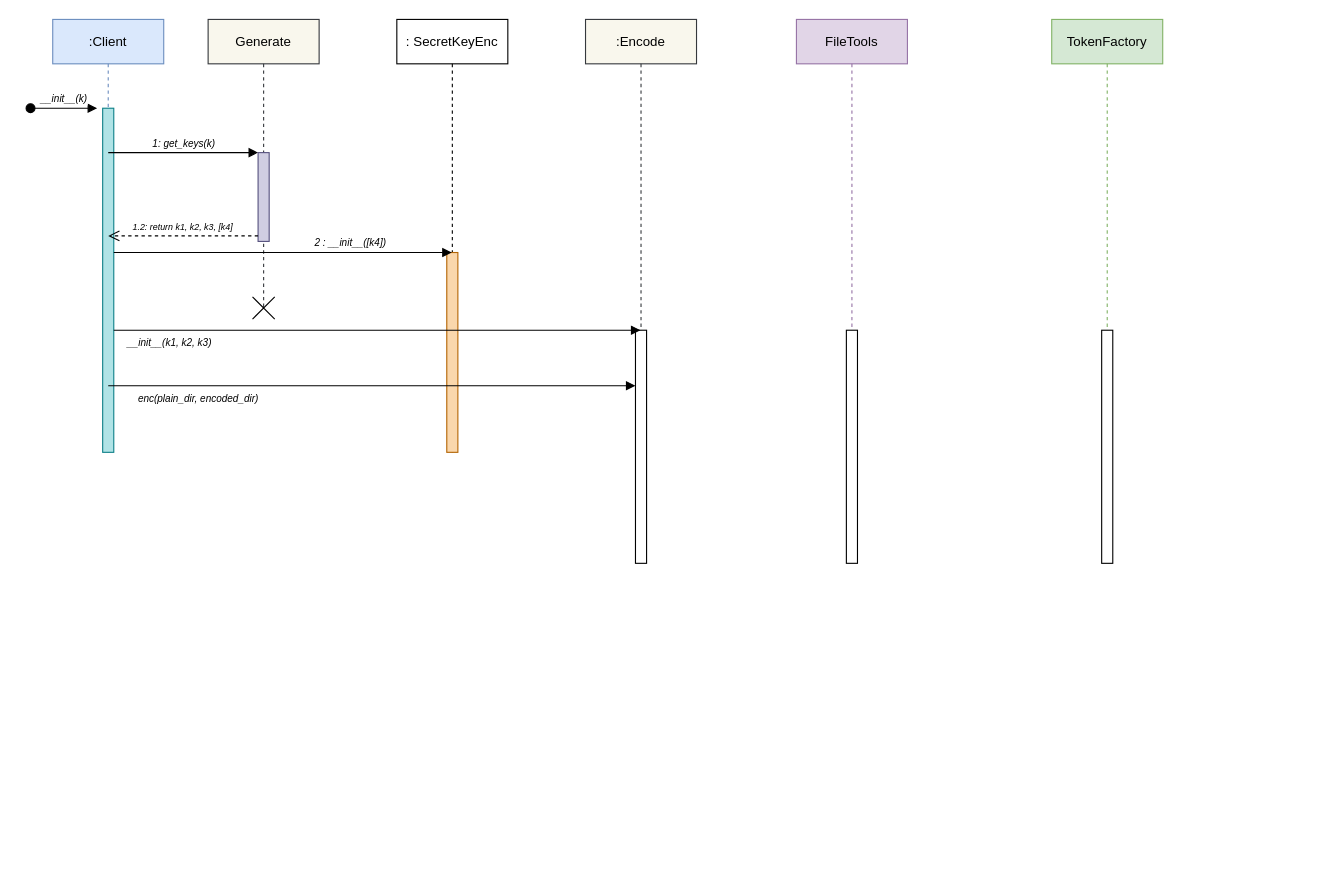
Earlier version of the draw.io diagram page "Page-2" (2 of 2) of diagrams/client-enc.drawio (thisisel/dynamic-sse). Source tidied: cells renumbered, new cells numbered last; positions are measured from the earlier drawing's top-left corner, leaving out a move shared by most shapes. Both pictures are drawn from the tidied source at 111%, with x=0, y=0 at pixel (30, 19).
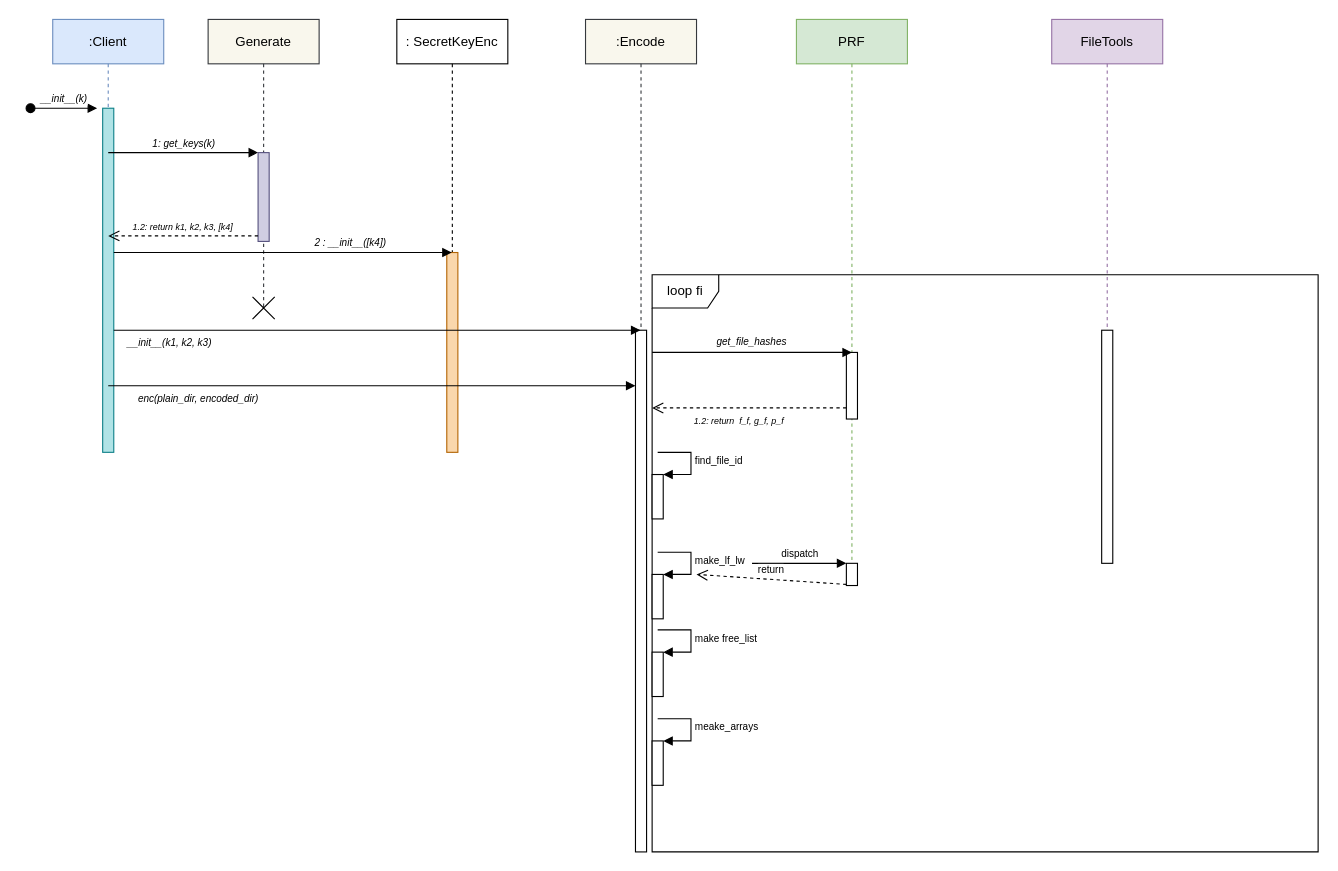
After the change.

Commit message (it also covers changes not shown here):
:memo: added file loop and inner methods to client-enc

What changed in the source:
```diff
@@
+    <mxCell id="21" value="loop fi" style="shape=umlFrame;whiteSpace=wrap;html=1;" parent="1" vertex="1">
+      <mxGeometry x="560" y="230" width="600" height="520" as="geometry" />
+    </mxCell>
@@
     <mxCell id="12" value=":Encode" style="shape=umlLifeline;perimeter=lifelinePerimeter;whiteSpace=wrap;html=1;outlineConnect=0;portConstraint=eastwest;newEdgeStyle={&quot;edgeStyle&quot;:&quot;elbowEdgeStyle&quot;,&quot;elbow&quot;:&quot;vertical&quot;,&quot;curved&quot;:0,&quot;rounded&quot;:0};fillColor=#f9f7ed;strokeColor=#36393d;" parent="1" vertex="1">
-      <mxGeometry x="500" width="100" height="490" as="geometry" />
+      <mxGeometry x="500" width="100" height="750" as="geometry" />
     </mxCell>
     <mxCell id="13" style="html=1;perimeter=orthogonalPerimeter;targetShapes=umlLifeline;newEdgeStyle={&quot;edgeStyle&quot;:&quot;elbowEdgeStyle&quot;,&quot;elbow&quot;:&quot;vertical&quot;,&quot;curved&quot;:0,&quot;rounded&quot;:0};" parent="12" vertex="1">
-      <mxGeometry x="45" y="280" width="10" height="210" as="geometry" />
+      <mxGeometry x="45" y="280" width="10" height="470" as="geometry" />
     </mxCell>
@@
-    <mxCell id="17" value="TokenFactory" style="shape=umlLifeline;perimeter=lifelinePerimeter;whiteSpace=wrap;html=1;newEdgeStyle={&quot;edgeStyle&quot;:&quot;elbowEdgeStyle&quot;,&quot;elbow&quot;:&quot;vertical&quot;,&quot;curved&quot;:0,&quot;rounded&quot;:0};fillColor=#d5e8d4;strokeColor=#82b366;" parent="1" vertex="1">
+    <mxCell id="17" value="FileTools" style="shape=umlLifeline;perimeter=lifelinePerimeter;whiteSpace=wrap;html=1;newEdgeStyle={&quot;edgeStyle&quot;:&quot;elbowEdgeStyle&quot;,&quot;elbow&quot;:&quot;vertical&quot;,&quot;curved&quot;:0,&quot;rounded&quot;:0};fillColor=#e1d5e7;strokeColor=#9673a6;" parent="1" vertex="1">
       <mxGeometry x="920" width="100" height="490" as="geometry" />
     </mxCell>
@@
-    <mxCell id="19" value="FileTools" style="shape=umlLifeline;perimeter=lifelinePerimeter;whiteSpace=wrap;html=1;newEdgeStyle={&quot;edgeStyle&quot;:&quot;elbowEdgeStyle&quot;,&quot;elbow&quot;:&quot;vertical&quot;,&quot;curved&quot;:0,&quot;rounded&quot;:0};fillColor=#e1d5e7;strokeColor=#9673a6;" parent="1" vertex="1">
+    <mxCell id="19" value="PRF" style="shape=umlLifeline;perimeter=lifelinePerimeter;whiteSpace=wrap;html=1;newEdgeStyle={&quot;edgeStyle&quot;:&quot;elbowEdgeStyle&quot;,&quot;elbow&quot;:&quot;vertical&quot;,&quot;curved&quot;:0,&quot;rounded&quot;:0};fillColor=#d5e8d4;strokeColor=#82b366;" parent="1" vertex="1">
       <mxGeometry x="690" width="100" height="490" as="geometry" />
     </mxCell>
     <mxCell id="20" style="html=1;points=[];perimeter=orthogonalPerimeter;outlineConnect=0;targetShapes=umlLifeline;portConstraint=eastwest;newEdgeStyle={&quot;edgeStyle&quot;:&quot;elbowEdgeStyle&quot;,&quot;elbow&quot;:&quot;vertical&quot;,&quot;curved&quot;:0,&quot;rounded&quot;:0};" parent="19" vertex="1">
-      <mxGeometry x="45" y="280" width="10" height="210" as="geometry" />
+      <mxGeometry x="45" y="300" width="10" height="60" as="geometry" />
     </mxCell>
+    <mxCell id="22" style="html=1;verticalAlign=bottom;labelBackgroundColor=none;endArrow=block;endFill=1;entryX=0.5;entryY=0;entryDx=0;entryDy=0;entryPerimeter=0;" parent="1" edge="1" target="20">
+      <mxGeometry relative="1" as="geometry">
+        <mxPoint x="560" y="300" as="sourcePoint" />
+      </mxGeometry>
+    </mxCell>
+    <mxCell id="23" value="&lt;i&gt;&lt;font style=&quot;font-size: 8px;&quot;&gt;1.2: return&amp;nbsp; f_f, g_f, p_f&lt;/font&gt;&lt;/i&gt;" style="html=1;verticalAlign=bottom;endArrow=open;dashed=1;endSize=8;edgeStyle=elbowEdgeStyle;elbow=vertical;curved=0;rounded=0;" parent="1" edge="1" source="20">
+      <mxGeometry x="0.11" y="20" relative="1" as="geometry">
+        <mxPoint x="560" y="350" as="targetPoint" />
+        <Array as="points">
+          <mxPoint x="570" y="350" />
+        </Array>
+      </mxGeometry>
+    </mxCell>
+    <mxCell id="24" value="get_file_hashes" style="text;align=center;verticalAlign=middle;dashed=0;fontSize=9;fontStyle=2;" parent="1" vertex="1">
+      <mxGeometry x="580" y="270" width="140" height="40" as="geometry" />
+    </mxCell>
+    <mxCell id="25" style="html=1;points=[];perimeter=orthogonalPerimeter;fontSize=9;" parent="1" vertex="1">
+      <mxGeometry x="560" y="410" width="10" height="40" as="geometry" />
+    </mxCell>
+    <mxCell id="26" value="find_file_id" style="edgeStyle=orthogonalEdgeStyle;html=1;align=left;spacingLeft=2;endArrow=block;rounded=0;entryX=1;entryY=0;fontSize=9;" parent="1" edge="1" target="25">
+      <mxGeometry relative="1" as="geometry">
+        <mxPoint x="565" y="390" as="sourcePoint" />
+        <Array as="points">
+          <mxPoint x="595" y="390" />
+        </Array>
+      </mxGeometry>
+    </mxCell>
+    <mxCell id="27" style="html=1;points=[];perimeter=orthogonalPerimeter;fontSize=9;" parent="1" vertex="1">
+      <mxGeometry x="560" y="500" width="10" height="40" as="geometry" />
+    </mxCell>
+    <mxCell id="28" value="make_lf_lw" style="edgeStyle=orthogonalEdgeStyle;html=1;align=left;spacingLeft=2;endArrow=block;rounded=0;entryX=1;entryY=0;fontSize=9;" parent="1" edge="1" target="27">
+      <mxGeometry relative="1" as="geometry">
+        <mxPoint x="565" y="480" as="sourcePoint" />
+        <Array as="points">
+          <mxPoint x="595" y="480" />
+        </Array>
+      </mxGeometry>
+    </mxCell>
+    <mxCell id="29" style="html=1;points=[];perimeter=orthogonalPerimeter;fontSize=9;" parent="1" vertex="1">
+      <mxGeometry x="560" y="570" width="10" height="40" as="geometry" />
+    </mxCell>
+    <mxCell id="30" value="make free_list" style="edgeStyle=orthogonalEdgeStyle;html=1;align=left;spacingLeft=2;endArrow=block;rounded=0;entryX=1;entryY=0;fontSize=9;" parent="1" edge="1" target="29">
+      <mxGeometry relative="1" as="geometry">
+        <mxPoint x="565" y="550" as="sourcePoint" />
+        <Array as="points">
+          <mxPoint x="595" y="550" />
+        </Array>
+      </mxGeometry>
+    </mxCell>
+    <mxCell id="31" style="html=1;points=[];perimeter=orthogonalPerimeter;fontSize=9;" parent="1" vertex="1">
+      <mxGeometry x="560" y="650" width="10" height="40" as="geometry" />
+    </mxCell>
+    <mxCell id="32" value="meake_arrays" style="edgeStyle=orthogonalEdgeStyle;html=1;align=left;spacingLeft=2;endArrow=block;rounded=0;entryX=1;entryY=0;fontSize=9;" parent="1" edge="1" target="31">
+      <mxGeometry relative="1" as="geometry">
+        <mxPoint x="565" y="630" as="sourcePoint" />
+        <Array as="points">
+          <mxPoint x="595" y="630" />
+        </Array>
+      </mxGeometry>
+    </mxCell>
+    <mxCell id="33" style="html=1;points=[];perimeter=orthogonalPerimeter;fontSize=9;" parent="1" vertex="1">
+      <mxGeometry x="735" y="490" width="10" height="20" as="geometry" />
+    </mxCell>
+    <mxCell id="34" value="dispatch" style="html=1;verticalAlign=bottom;endArrow=block;entryX=0;entryY=0;fontSize=9;" parent="1" edge="1" target="33">
+      <mxGeometry relative="1" as="geometry">
+        <mxPoint x="650" y="490" as="sourcePoint" />
+      </mxGeometry>
+    </mxCell>
+    <mxCell id="35" value="return" style="html=1;verticalAlign=bottom;endArrow=open;dashed=1;endSize=8;exitX=0;exitY=0.95;fontSize=9;" parent="1" edge="1" source="33">
+      <mxGeometry relative="1" as="geometry">
+        <mxPoint x="600" y="500" as="targetPoint" />
+      </mxGeometry>
+    </mxCell>
```
